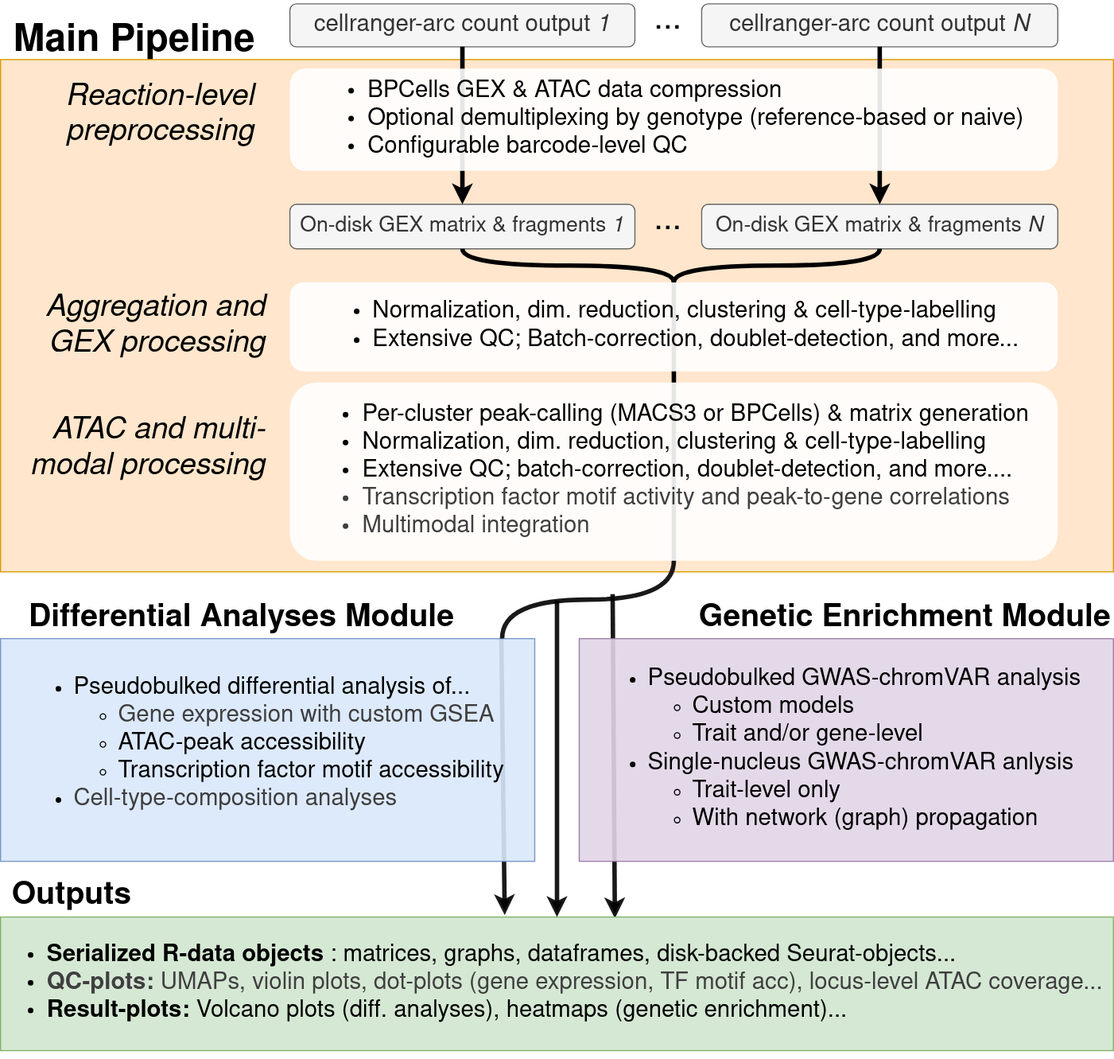
The draw.io diagram website/figures/multiomeR_overview_simplified.drawio.svg in koefoeden/multiomeR, before a commit. Source tidied: cells renumbered, new cells last; positions are measured from the earlier drawing's top-left corner, leaving out a move shared by most shapes.
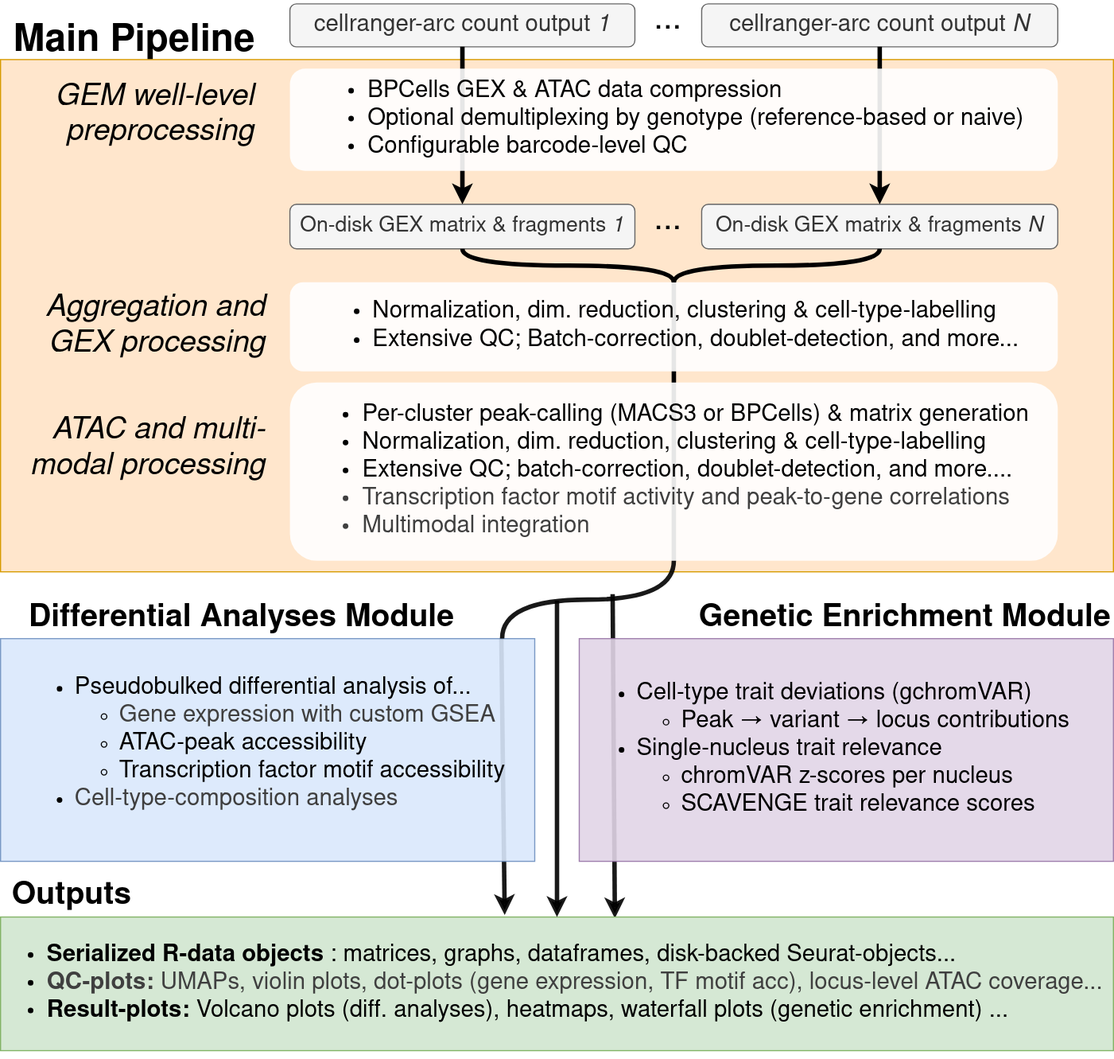
After the change.

Commit message:
refine simplified workflow overview

Clarify genetic enrichment outputs and add a synchronized PNG export of the
simplified multiomeR workflow figure.

non_target_breaking

Change to the diagram source:
```diff
@@ -36,8 +36,8 @@
     <mxCell id="11" style="edgeStyle=orthogonalEdgeStyle;html=1;fontSize=19;fillColor=#dae8fc;strokeColor=default;opacity=90;rounded=0;strokeWidth=4;exitX=0.5;exitY=1;exitDx=0;exitDy=0;curved=1;endArrow=none;endFill=0;entryX=0.939;entryY=-0.001;entryDx=0;entryDy=0;entryPerimeter=0;" parent="1" edge="1" source="21" target="5">
       <mxGeometry relative="1" as="geometry" />
     </mxCell>
-    <mxCell id="12" value="&lt;div style=&quot;&quot;&gt;&lt;ul style=&quot;&quot;&gt;&lt;li style=&quot;&quot;&gt;&lt;font style=&quot;font-size: 21px;&quot;&gt;Pseudobulked GWAS-chromVAR analysis&lt;/font&gt;&lt;/li&gt;&lt;ul&gt;&lt;li style=&quot;&quot;&gt;&lt;font style=&quot;font-size: 21px;&quot;&gt;Custom models&lt;/font&gt;&lt;/li&gt;&lt;li style=&quot;&quot;&gt;&lt;font style=&quot;font-size: 21px;&quot;&gt;Trait and/or gene-level&lt;/font&gt;&lt;/li&gt;&lt;/ul&gt;&lt;li style=&quot;&quot;&gt;&lt;font style=&quot;font-size: 21px;&quot;&gt;Single-nucleus GWAS-chromVAR anlysis&lt;/font&gt;&lt;/li&gt;&lt;ul&gt;&lt;li style=&quot;&quot;&gt;&lt;font style=&quot;font-size: 21px;&quot;&gt;Trait-level only&lt;/font&gt;&lt;/li&gt;&lt;li style=&quot;&quot;&gt;&lt;font style=&quot;font-size: 21px;&quot;&gt;With network (graph) propagation&lt;/font&gt;&lt;/li&gt;&lt;/ul&gt;&lt;/ul&gt;&lt;/div&gt;" style="rounded=1;whiteSpace=wrap;html=1;dashed=1;fillColor=none;strokeColor=none;opacity=90;fontSize=19;align=left;" parent="1" vertex="1">
-      <mxGeometry x="540" y="585" width="440" height="170" as="geometry" />
+    <mxCell id="12" value="&lt;div style=&quot;&quot;&gt;&lt;ul style=&quot;&quot;&gt;&lt;li style=&quot;&quot;&gt;&lt;font style=&quot;font-size: 21px;&quot;&gt;Cell-type trait deviations (gchromVAR)&lt;/font&gt;&lt;/li&gt;&lt;ul&gt;&lt;li style=&quot;&quot;&gt;&lt;span style=&quot;font-size: 21px;&quot;&gt;Peak → variant → locus contributions&lt;/span&gt;&lt;/li&gt;&lt;/ul&gt;&lt;li style=&quot;&quot;&gt;&lt;font style=&quot;font-size: 21px;&quot;&gt;Single-nucleus trait relevance&lt;/font&gt;&lt;/li&gt;&lt;ul&gt;&lt;li style=&quot;&quot;&gt;&lt;span style=&quot;font-size: 21px;&quot;&gt;chromVAR z-scores per nucleus&lt;/span&gt;&lt;/li&gt;&lt;li style=&quot;&quot;&gt;&lt;font style=&quot;font-size: 21px;&quot;&gt;SCAVENGE trait relevance scores&lt;/font&gt;&lt;/li&gt;&lt;/ul&gt;&lt;/ul&gt;&lt;/div&gt;" style="rounded=1;whiteSpace=wrap;html=1;dashed=1;fillColor=none;strokeColor=none;opacity=90;fontSize=19;align=left;" parent="1" vertex="1">
+      <mxGeometry x="530" y="585" width="460" height="170" as="geometry" />
     </mxCell>
     <mxCell id="13" value="&lt;b style=&quot;border-color: rgb(218, 220, 224); color: rgb(0, 0, 0); font-family: Nimbus Sans; font-variant-ligatures: normal; font-variant-caps: normal; letter-spacing: normal; orphans: 2; text-indent: 0px; text-transform: none; widows: 2; word-spacing: 0px; -webkit-text-stroke-width: 0px; text-decoration-thickness: initial; text-decoration-style: initial; text-decoration-color: initial;&quot;&gt;&lt;font style=&quot;border-color: rgb(218, 220, 224);&quot;&gt;Main Pipeline&lt;/font&gt;&lt;/b&gt;" style="text;whiteSpace=wrap;html=1;fontSize=34;align=left;shadow=0;fontStyle=0;opacity=0;fillColor=none;labelBackgroundColor=none;" parent="1" vertex="1">
       <mxGeometry x="10" y="8.1" width="310" height="50" as="geometry" />
@@ -90,7 +90,7 @@
     <mxCell id="29" value="..." style="text;html=1;align=center;verticalAlign=middle;whiteSpace=wrap;rounded=0;fontSize=30;" parent="1" vertex="1">
       <mxGeometry x="570" width="60" height="30" as="geometry" />
     </mxCell>
-    <mxCell id="30" value="&lt;ul&gt;&lt;li&gt;&lt;b&gt;Serialized R-data objects&lt;/b&gt;: matrices, graphs, dataframes, disk-backed Seurat-objects...&lt;/li&gt;&lt;li&gt;&lt;b style=&quot;color: rgb(63, 63, 63); background-color: transparent;&quot;&gt;QC-plots:&lt;/b&gt;&lt;span style=&quot;color: rgb(63, 63, 63); background-color: transparent;&quot;&gt;&amp;nbsp;UMAPs, violin plots, dot-plots (gene expression, TF motif acc), locus-level ATAC coverage...&lt;/span&gt;&lt;/li&gt;&lt;li&gt;&lt;b&gt;Result-plots: &lt;/b&gt;Volcano plots (diff. analyses), heatmaps (genetic enrichment)...&lt;/li&gt;&lt;/ul&gt;" style="rounded=0;whiteSpace=wrap;html=1;shadow=0;fillColor=#d5e8d4;strokeColor=#82b366;fontSize=21;align=left;" parent="1" vertex="1">
+    <mxCell id="30" value="&lt;ul&gt;&lt;li&gt;&lt;b&gt;Serialized R-data objects&lt;/b&gt;: matrices, graphs, dataframes, disk-backed Seurat-objects...&lt;/li&gt;&lt;li&gt;&lt;b style=&quot;color: rgb(63, 63, 63); background-color: transparent;&quot;&gt;QC-plots:&lt;/b&gt;&lt;span style=&quot;color: rgb(63, 63, 63); background-color: transparent;&quot;&gt;&amp;nbsp;UMAPs, violin plots, dot-plots (gene expression, TF motif acc), locus-level ATAC coverage...&lt;/span&gt;&lt;/li&gt;&lt;li&gt;&lt;b&gt;Result-plots: &lt;/b&gt;Volcano plots (diff. analyses), heatmaps, waterfall plots (genetic enrichment) ...&lt;/li&gt;&lt;/ul&gt;" style="rounded=0;whiteSpace=wrap;html=1;shadow=0;fillColor=#d5e8d4;strokeColor=#82b366;fontSize=21;align=left;" parent="1" vertex="1">
       <mxGeometry y="820" width="1000" height="120" as="geometry" />
     </mxCell>
     <mxCell id="31" style="html=1;fontSize=19;fillColor=#dae8fc;strokeColor=default;opacity=90;rounded=0;strokeWidth=4;entryX=0.5;entryY=0;entryDx=0;entryDy=0;endSize=6;" parent="1" edge="1" target="30">
```
